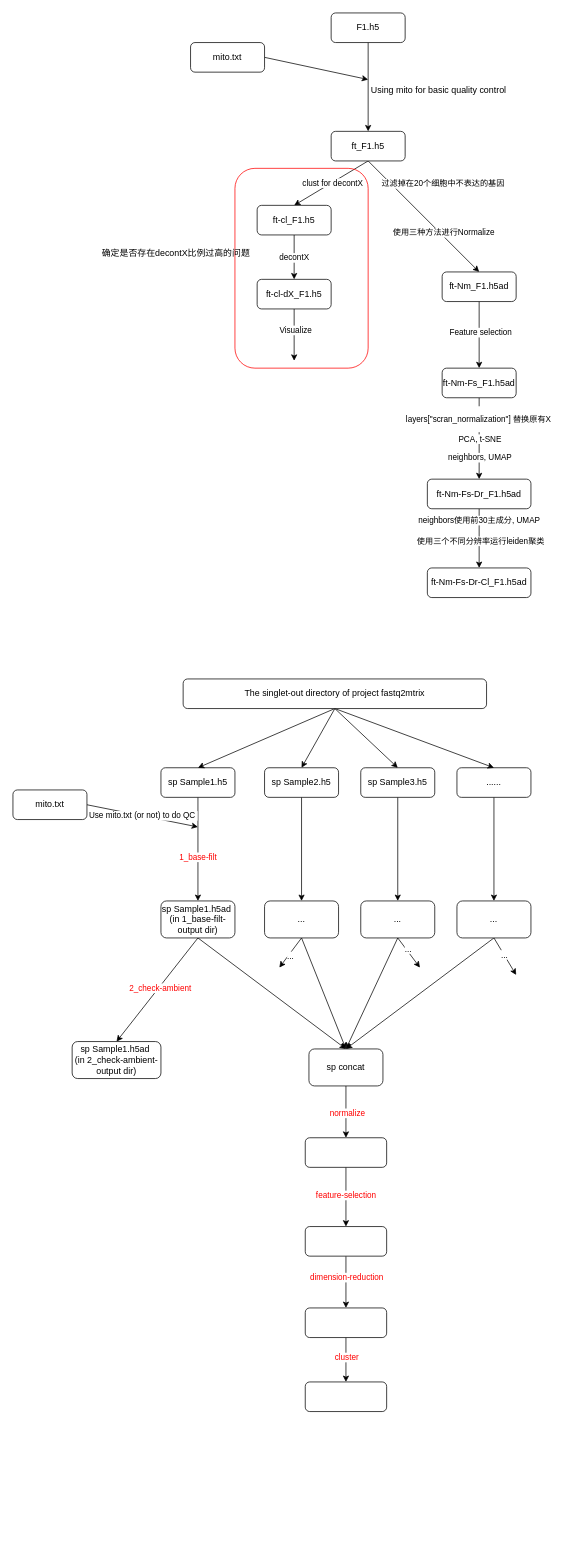
Above: .structure/main.drawio in zliu90693/downstream_analysis (draw.io), before the change. Source tidied: cells renumbered, new cells numbered last; positions are measured from the earlier drawing's top-left corner, leaving out a move shared by most shapes. Both pictures are drawn from the tidied source at 74%, with x=0, y=0 at pixel (13, 13).
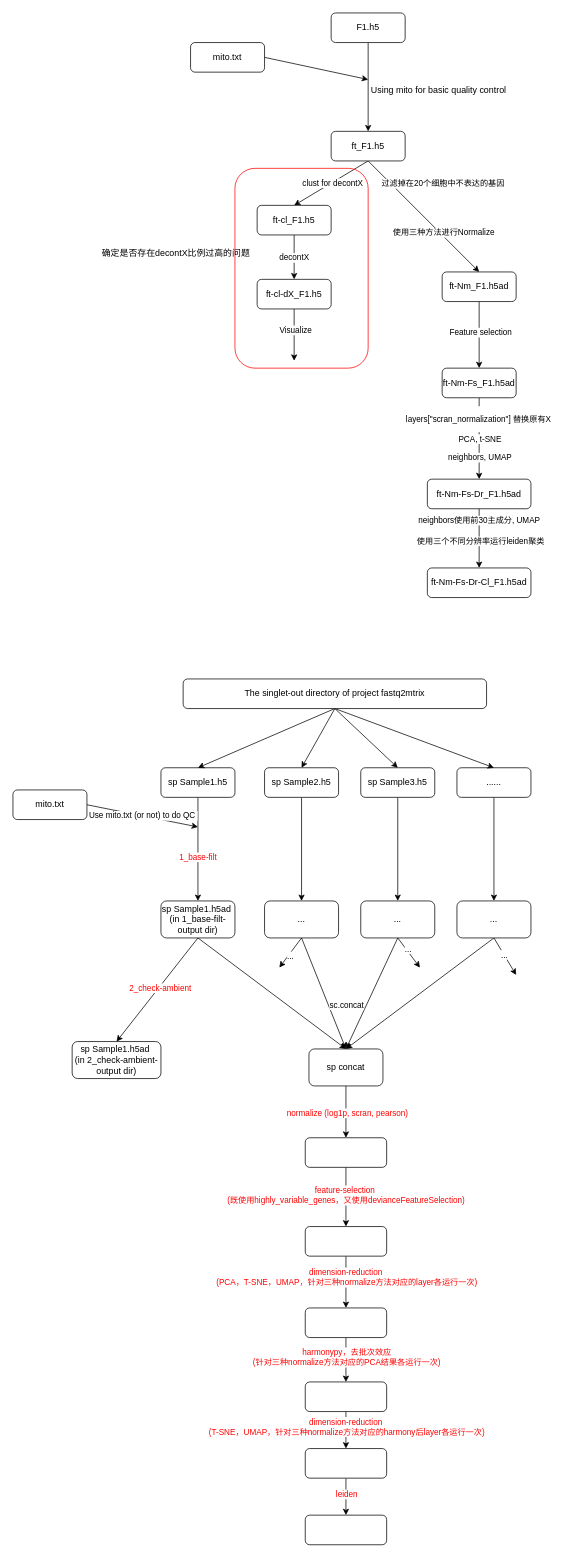
Above is the later version.

The change refers to these unchanged cells:
```xml
<mxCell id="54" style="edgeStyle=none;html=1;entryX=0.5;entryY=0;entryDx=0;entryDy=0;exitX=0.5;exitY=1;exitDx=0;exitDy=0;" parent="1" edge="1" source="74" target="61">
  <mxGeometry relative="1" as="geometry" />
</mxCell>
<mxCell id="59" style="edgeStyle=none;html=1;exitX=0.5;exitY=1;exitDx=0;exitDy=0;entryX=0.5;entryY=0;entryDx=0;entryDy=0;" parent="1" edge="1" source="61" target="77">
  <mxGeometry relative="1" as="geometry" />
</mxCell>
<mxCell id="62" style="edgeStyle=none;html=1;exitX=0.5;exitY=1;exitDx=0;exitDy=0;entryX=0.5;entryY=0;entryDx=0;entryDy=0;" parent="1" edge="1" source="65" target="74">
  <mxGeometry relative="1" as="geometry" />
</mxCell>
<mxCell id="70" style="edgeStyle=none;html=1;exitX=0.5;exitY=1;exitDx=0;exitDy=0;entryX=0.5;entryY=0;entryDx=0;entryDy=0;" parent="1" edge="1" source="73" target="74">
  <mxGeometry relative="1" as="geometry" />
</mxCell>
<mxCell id="77" style="rounded=1;whiteSpace=wrap;html=1;" parent="1" vertex="1">
  <mxGeometry x="395" y="1640" width="110" height="40" as="geometry" />
</mxCell>
<mxCell id="78" style="edgeStyle=none;html=1;exitX=0.5;exitY=1;exitDx=0;exitDy=0;entryX=0.5;entryY=0;entryDx=0;entryDy=0;" parent="1" edge="1" source="80" target="81">
  <mxGeometry relative="1" as="geometry" />
</mxCell>
```

Change to the diagram source:
```diff
@@
-    <mxCell id="55" value="&lt;span style=&quot;color: rgb(255, 0, 0);&quot;&gt;normalize&lt;/span&gt;" style="edgeLabel;html=1;align=center;verticalAlign=middle;" parent="54" vertex="1">
+    <mxCell id="55" value="&lt;span style=&quot;color: rgb(255, 0, 0);&quot;&gt;normalize (log1p, scran, pearson)&lt;/span&gt;" style="edgeLabel;html=1;align=center;verticalAlign=middle;" parent="54" vertex="1">
       <mxGeometry x="0.04" relative="1" as="geometry">
         <mxPoint x="1" as="offset" />
       </mxGeometry>
     </mxCell>
@@
-    <mxCell id="60" value="&lt;font style=&quot;color: rgb(255, 0, 0);&quot;&gt;feature-selection&lt;/font&gt;" style="edgeLabel;html=1;align=center;verticalAlign=middle;" parent="59" vertex="1">
+    <mxCell id="60" value="&lt;font style=&quot;color: rgb(255, 0, 0);&quot;&gt;feature-selection&amp;nbsp;&lt;/font&gt;&lt;div&gt;&lt;font style=&quot;color: rgb(255, 0, 0);&quot;&gt;(既使用highly_variable_genes，又使用devianceFeatureSelection)&lt;/font&gt;&lt;/div&gt;" style="edgeLabel;html=1;align=center;verticalAlign=middle;" parent="59" vertex="1">
       <mxGeometry x="-0.07" y="-1" relative="1" as="geometry" />
     </mxCell>
@@
+    <mxCell id="82" value="&lt;div style=&quot;color: rgb(248, 248, 242); background-color: rgb(40, 42, 54); font-family: &amp;quot;MesloLGM Nerd Font Mono&amp;quot;, Consolas, &amp;quot;Courier New&amp;quot;, monospace; font-size: 12px; line-height: 16px; white-space-collapse: preserve;&quot;&gt;&lt;br&gt;&lt;/div&gt;" style="edgeLabel;html=1;align=center;verticalAlign=middle;" parent="62" vertex="1">
+      <mxGeometry x="0.28" y="-3" relative="1" as="geometry" />
+    </mxCell>
@@
+    <mxCell id="83" value="sc.concat" style="edgeLabel;html=1;align=center;verticalAlign=middle;" parent="70" vertex="1">
+      <mxGeometry x="0.45" y="1" relative="1" as="geometry">
+        <mxPoint x="-20" y="-19" as="offset" />
+      </mxGeometry>
+    </mxCell>
@@
-    <mxCell id="75" style="edgeStyle=none;html=1;exitX=0.5;exitY=1;exitDx=0;exitDy=0;entryX=0.5;entryY=0;entryDx=0;entryDy=0;" parent="1" edge="1" source="77" target="80">
+    <mxCell id="75" style="edgeStyle=none;html=1;exitX=0.5;exitY=1;exitDx=0;exitDy=0;entryX=0.5;entryY=0;entryDx=0;entryDy=0;entryPerimeter=0;" parent="1" edge="1" source="77" target="89">
       <mxGeometry relative="1" as="geometry" />
     </mxCell>
-    <mxCell id="76" value="&lt;font style=&quot;color: rgb(255, 0, 0);&quot;&gt;dimension-reduction&lt;/font&gt;" style="edgeLabel;html=1;align=center;verticalAlign=middle;" parent="75" vertex="1">
+    <mxCell id="76" value="&lt;font style=&quot;color: rgb(255, 0, 0);&quot;&gt;dimension-reduction&amp;nbsp;&lt;/font&gt;&lt;div&gt;&lt;font style=&quot;color: rgb(255, 0, 0);&quot;&gt;(PCA，T-SNE，UMAP，针对三种normalize方法对应的layer各运行一次)&lt;/font&gt;&lt;/div&gt;" style="edgeLabel;html=1;align=center;verticalAlign=middle;" parent="75" vertex="1">
       <mxGeometry x="-0.19" relative="1" as="geometry" />
     </mxCell>
@@
-    <mxCell id="79" value="&lt;font style=&quot;color: rgb(255, 0, 0);&quot;&gt;cluster&lt;/font&gt;" style="edgeLabel;html=1;align=center;verticalAlign=middle;" parent="78" vertex="1">
-      <mxGeometry x="-0.14" relative="1" as="geometry" />
-    </mxCell>
+    <mxCell id="84" value="&lt;font style=&quot;color: rgb(255, 0, 0);&quot;&gt;dimension-reduction&amp;nbsp;&lt;/font&gt;&lt;div&gt;&lt;font style=&quot;color: rgb(255, 0, 0);&quot;&gt;(T-SNE，UMAP，针对三种normalize方法对应的harmony后layer各运行一次)&lt;/font&gt;&lt;/div&gt;" style="edgeLabel;html=1;align=center;verticalAlign=middle;" parent="78" vertex="1">
+      <mxGeometry x="-0.19" relative="1" as="geometry" />
+    </mxCell>
     <mxCell id="80" style="rounded=1;whiteSpace=wrap;html=1;" parent="1" vertex="1">
-      <mxGeometry x="395" y="1750" width="110" height="40" as="geometry" />
+      <mxGeometry x="395" y="1850" width="110" height="40" as="geometry" />
     </mxCell>
+    <mxCell id="85" style="edgeStyle=none;html=1;exitX=0.5;exitY=1;exitDx=0;exitDy=0;entryX=0.5;entryY=0;entryDx=0;entryDy=0;" parent="1" edge="1" source="81" target="90">
+      <mxGeometry relative="1" as="geometry" />
+    </mxCell>
+    <mxCell id="86" value="&lt;font style=&quot;color: rgb(255, 0, 0);&quot;&gt;leiden&lt;/font&gt;" style="edgeLabel;html=1;align=center;verticalAlign=middle;" parent="85" vertex="1">
+      <mxGeometry x="-0.18" relative="1" as="geometry" />
+    </mxCell>
     <mxCell id="81" style="rounded=1;whiteSpace=wrap;html=1;" parent="1" vertex="1">
-      <mxGeometry x="395" y="1850" width="110" height="40" as="geometry" />
+      <mxGeometry x="395" y="1940" width="110" height="40" as="geometry" />
     </mxCell>
+    <mxCell id="87" style="edgeStyle=none;html=1;exitX=0.5;exitY=1;exitDx=0;exitDy=0;entryX=0.5;entryY=0;entryDx=0;entryDy=0;" parent="1" edge="1" source="89" target="80">
+      <mxGeometry relative="1" as="geometry" />
+    </mxCell>
+    <mxCell id="88" value="&lt;font style=&quot;color: rgb(255, 0, 0);&quot;&gt;harmonypy，去批次效应&lt;/font&gt;&lt;div&gt;&lt;span style=&quot;color: rgb(255, 0, 0); background-color: light-dark(#ffffff, var(--ge-dark-color, #121212));&quot;&gt;(针对三种normalize方法对应的PCA结果各运行一次)&lt;/span&gt;&lt;/div&gt;" style="edgeLabel;html=1;align=center;verticalAlign=middle;" parent="87" vertex="1">
+      <mxGeometry x="-0.14" relative="1" as="geometry" />
+    </mxCell>
+    <mxCell id="89" style="rounded=1;whiteSpace=wrap;html=1;" parent="1" vertex="1">
+      <mxGeometry x="395" y="1750" width="110" height="40" as="geometry" />
+    </mxCell>
+    <mxCell id="90" style="rounded=1;whiteSpace=wrap;html=1;" parent="1" vertex="1">
+      <mxGeometry x="395" y="2030" width="110" height="40" as="geometry" />
+    </mxCell>
```
